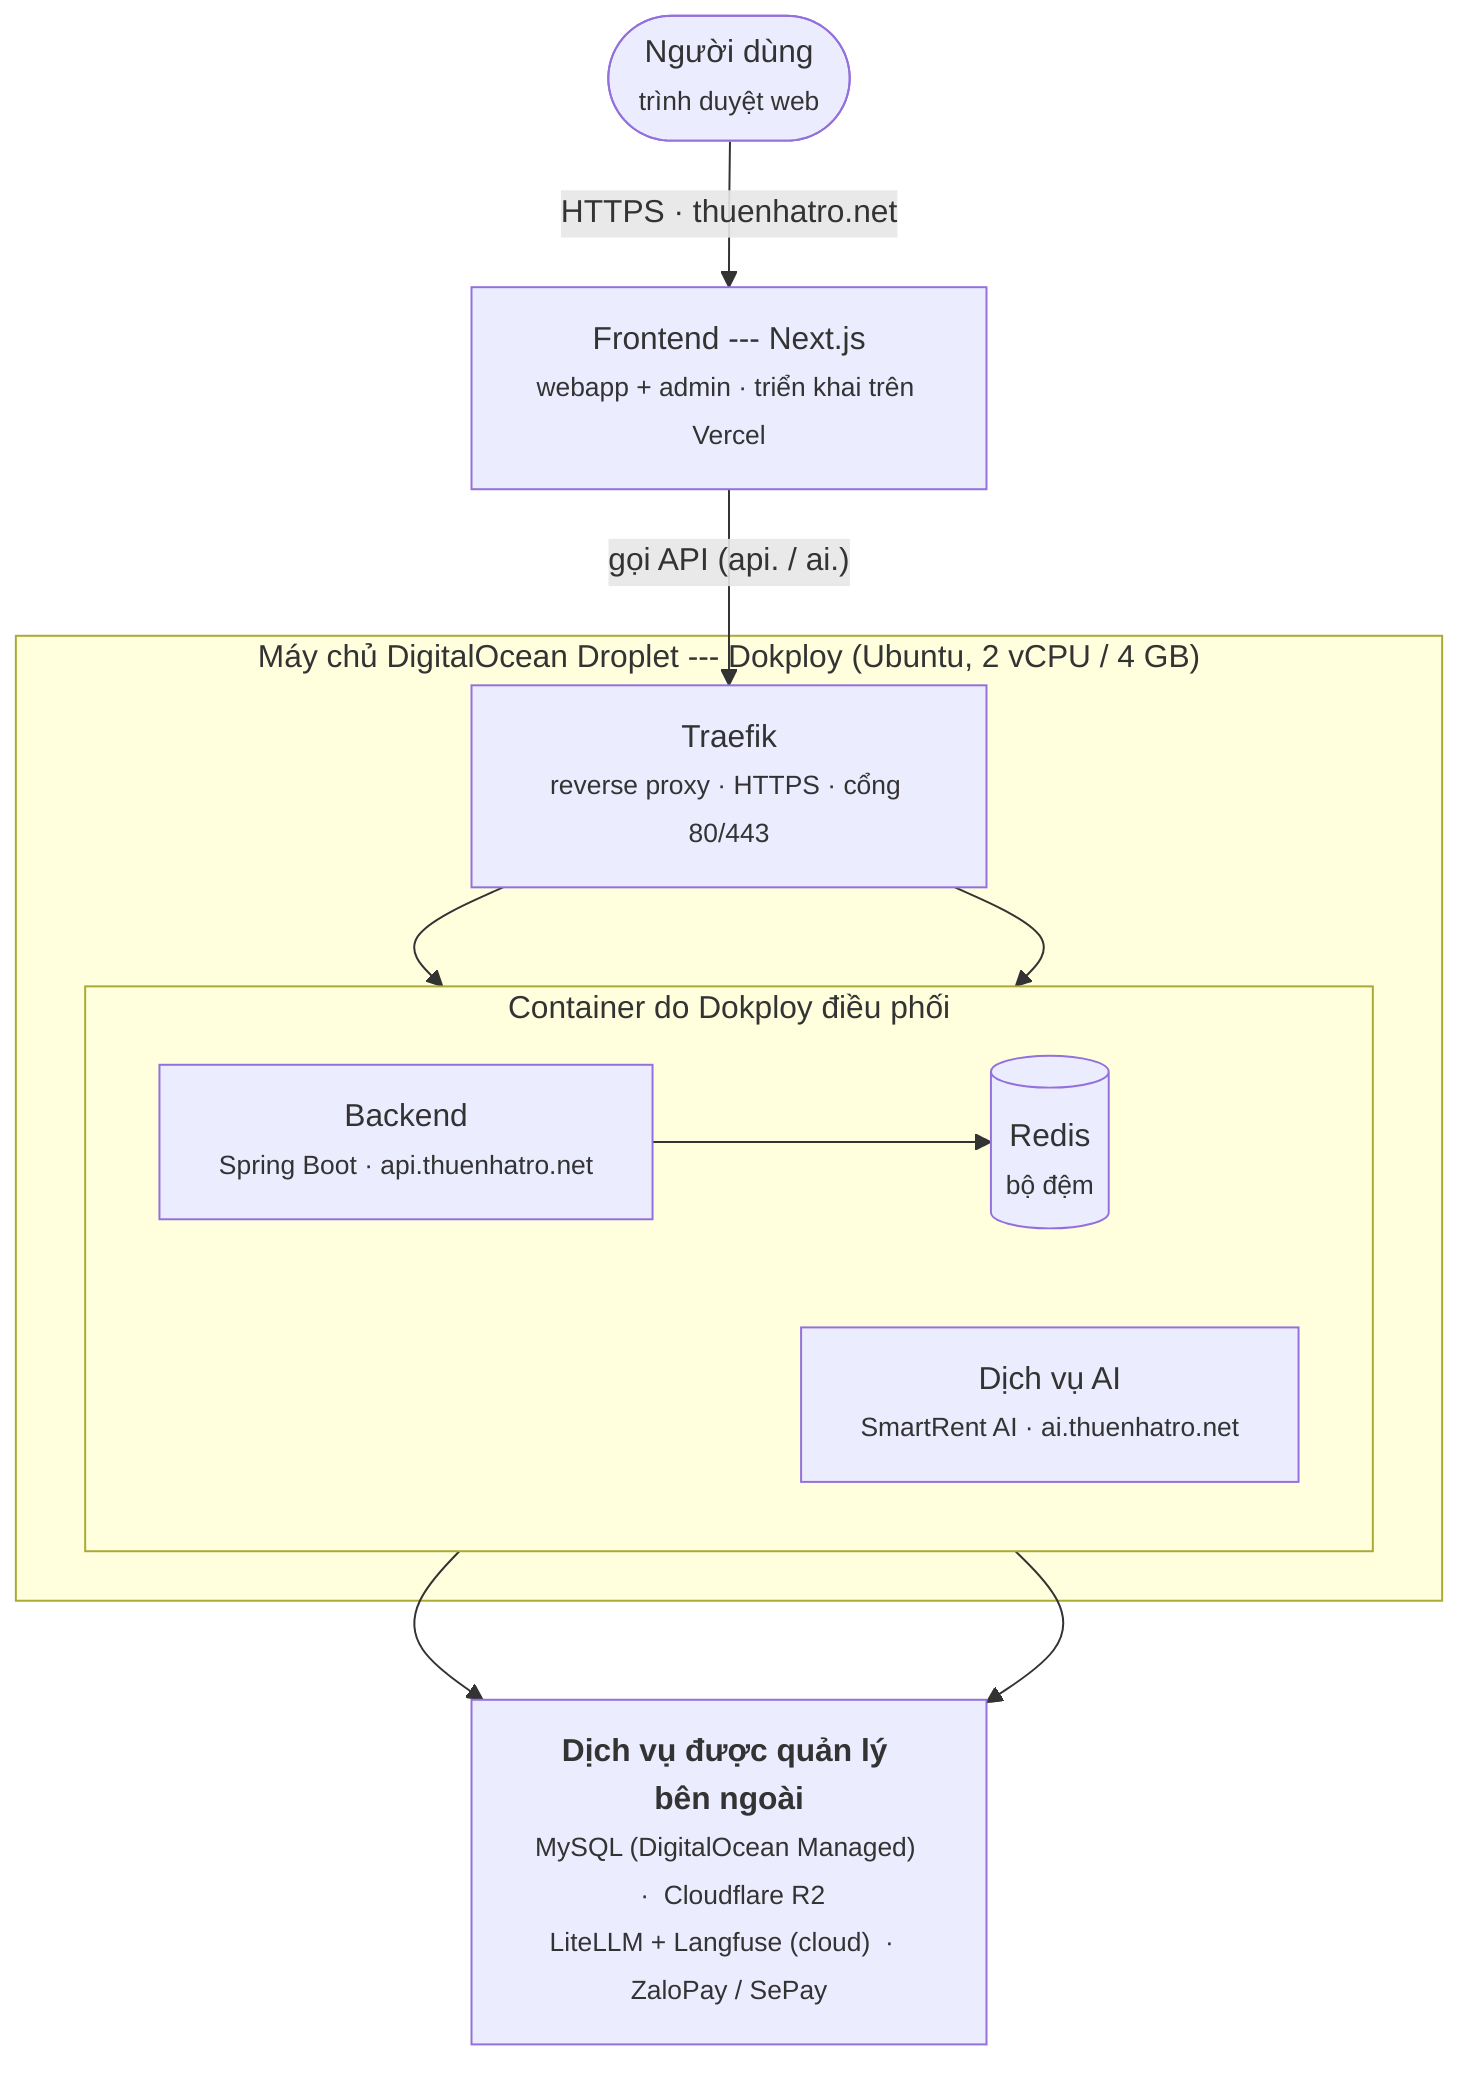
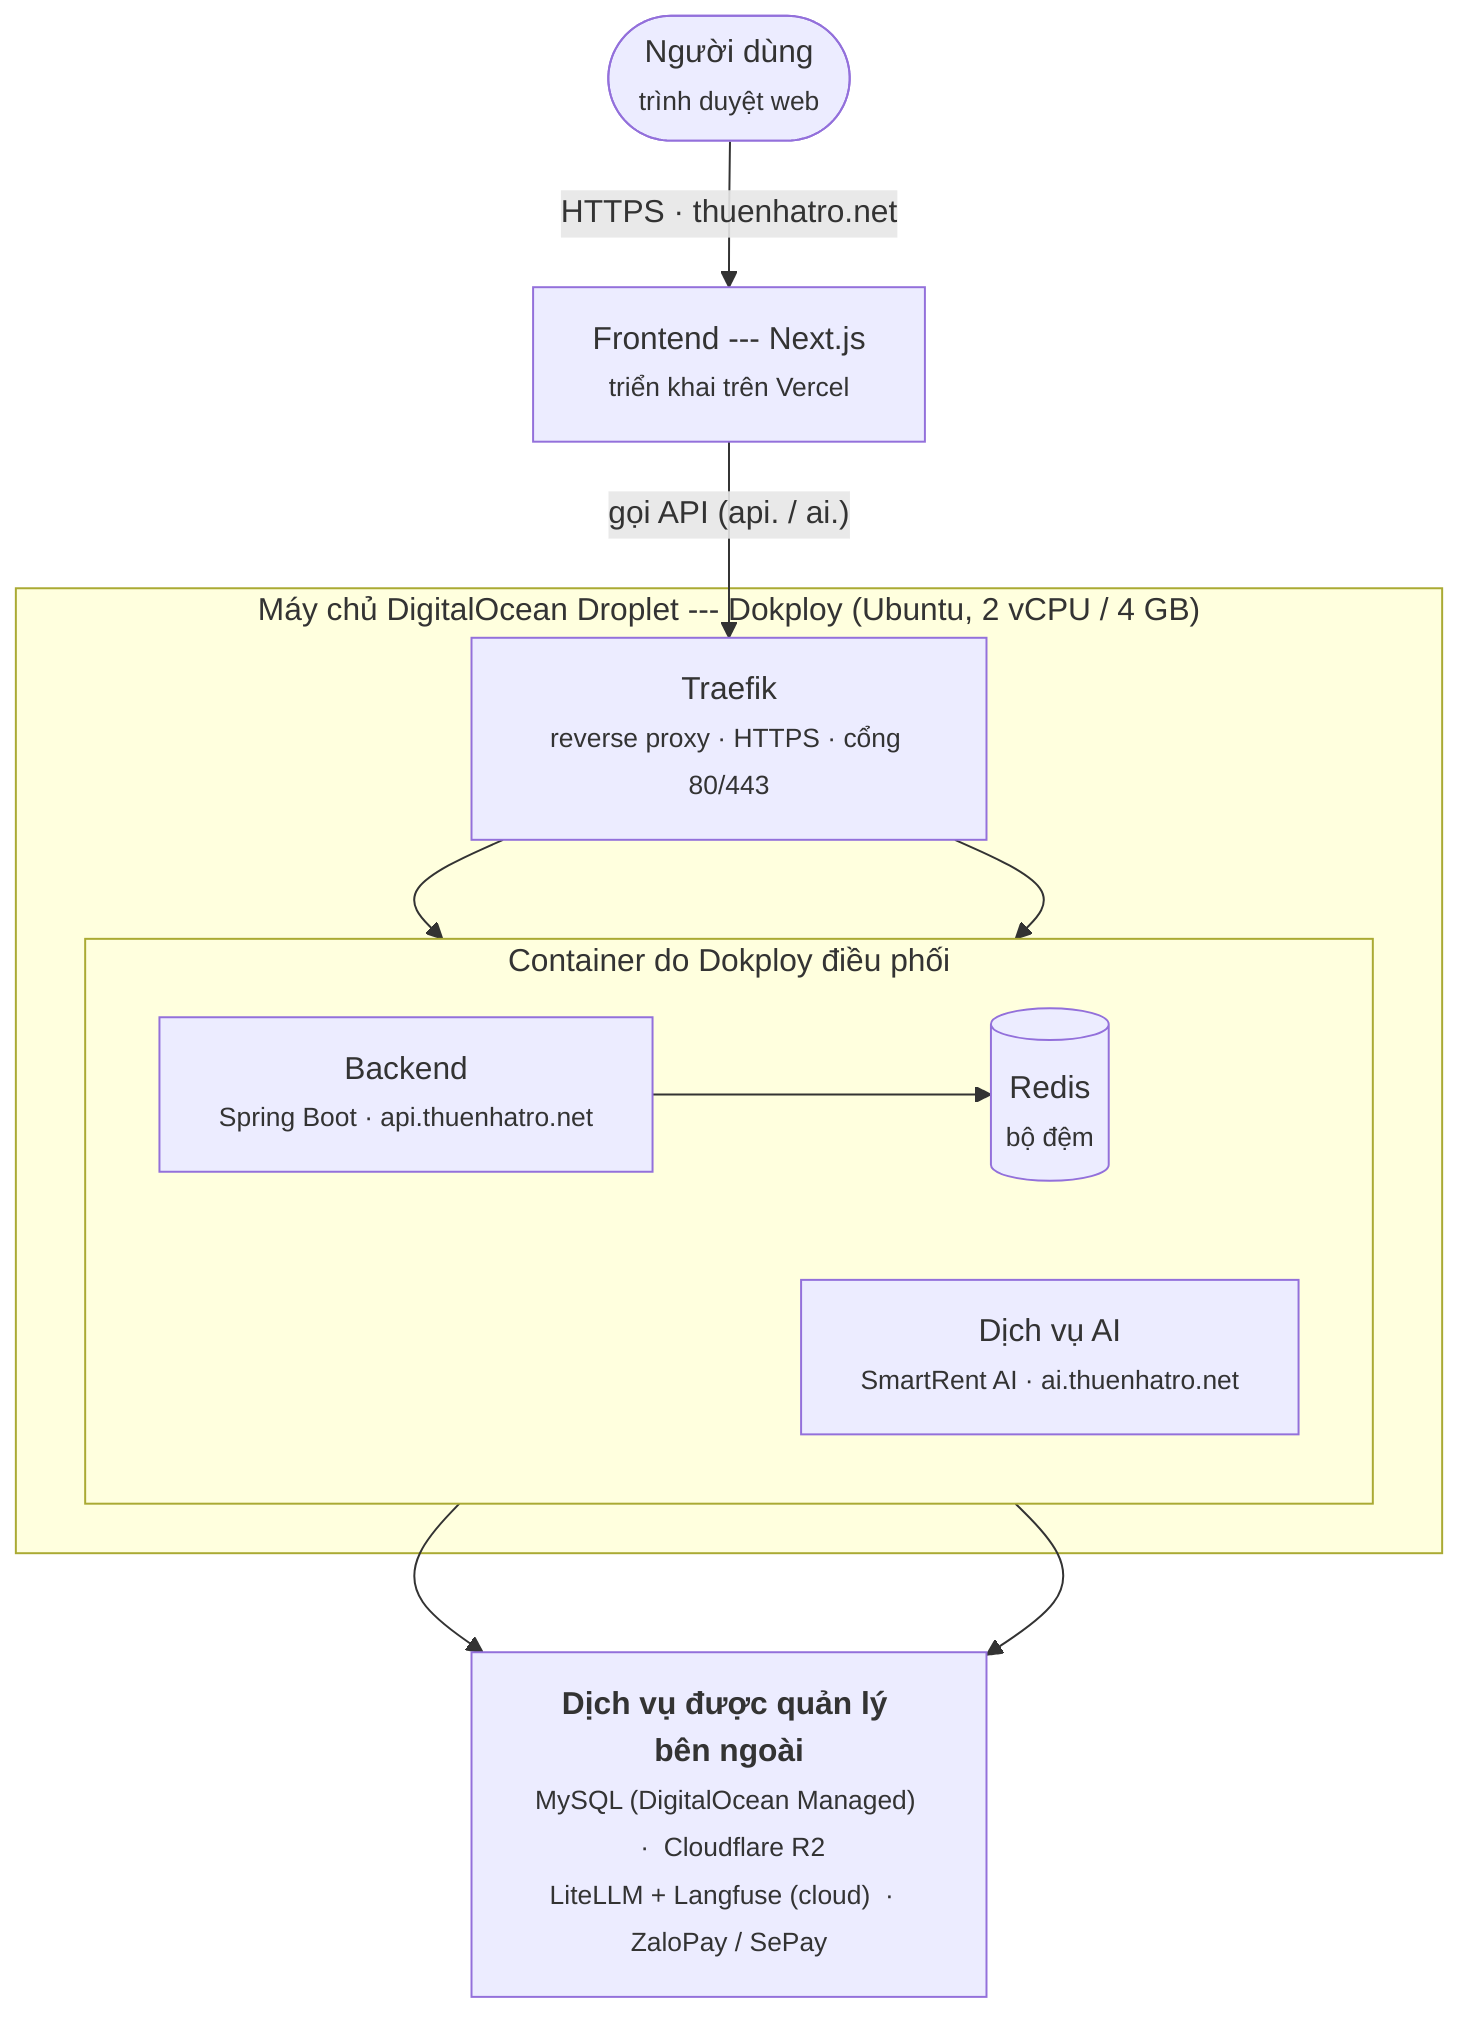
flowchart TB
    User(["Người dùng<br/><small>trình duyệt web</small>"])
-     Vercel["Frontend --- Next.js<br/><small>webapp + admin · triển khai trên Vercel</small>"]
+     Vercel["Frontend --- Next.js<br/><small>triển khai trên Vercel</small>"]

    subgraph VM["Máy chủ DigitalOcean Droplet --- Dokploy (Ubuntu, 2 vCPU / 4 GB)"]
        Traefik["Traefik<br/><small>reverse proxy · HTTPS · cổng 80/443</small>"]
        subgraph Apps["Container do Dokploy điều phối"]
            direction LR
            BE["Backend<br/><small>Spring Boot · api.thuenhatro.net</small>"]
            AIsvc["Dịch vụ AI<br/><small>SmartRent AI · ai.thuenhatro.net</small>"]
            Redis[("Redis<br/><small>bộ đệm</small>")]
        end
    end

    Ext["<b>Dịch vụ được quản lý bên ngoài</b><br/><small>MySQL (DigitalOcean Managed) &nbsp;·&nbsp; Cloudflare R2<br/>LiteLLM + Langfuse (cloud) &nbsp;·&nbsp; ZaloPay / SePay</small>"]

    User -->|"HTTPS · thuenhatro.net"| Vercel
    Vercel -->|"gọi API (api. / ai.)"| Traefik
    Traefik --> BE
    Traefik --> AIsvc
    BE --> Redis
    BE --> Ext
    AIsvc --> Ext
